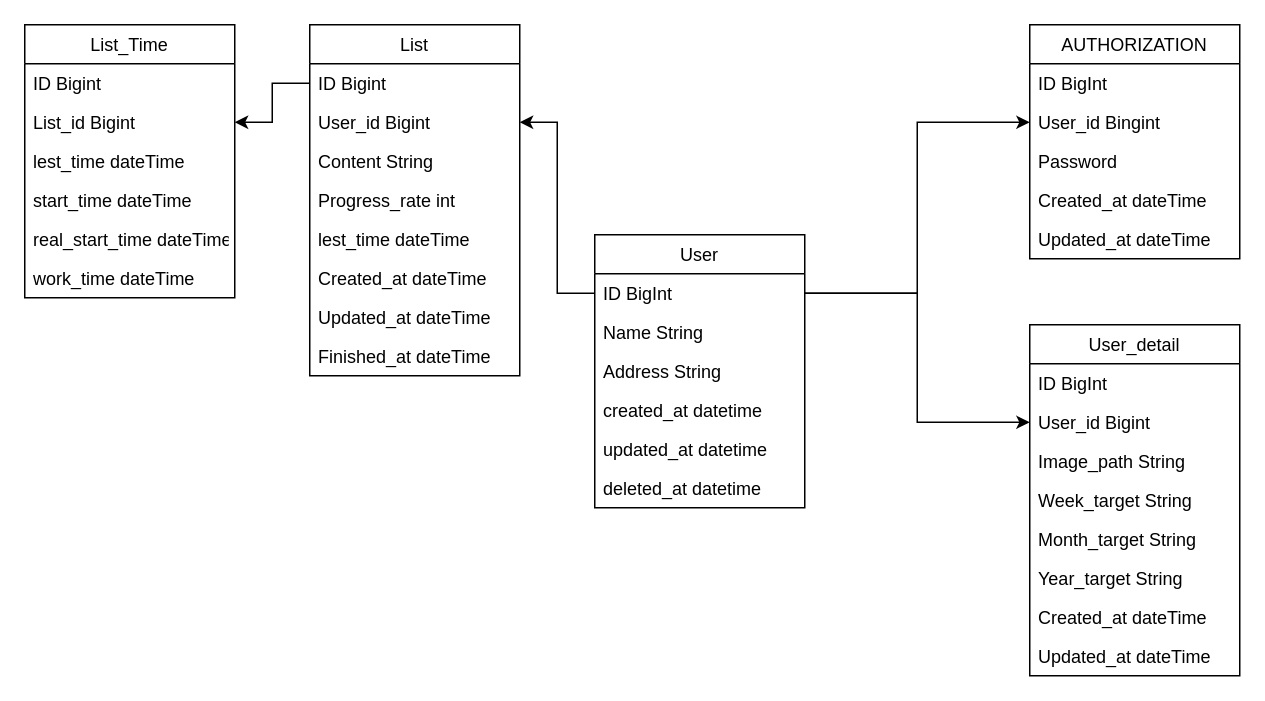
Earlier version of the draw.io diagram Untitled Diagram.drawio (chocoZap/toDoList). Source tidied: cells renumbered, new cells numbered last; positions are measured from the earlier drawing's top-left corner, leaving out a move shared by most shapes. Both pictures are drawn from the tidied source at 150%, with x=0, y=0 at pixel (24, 24).
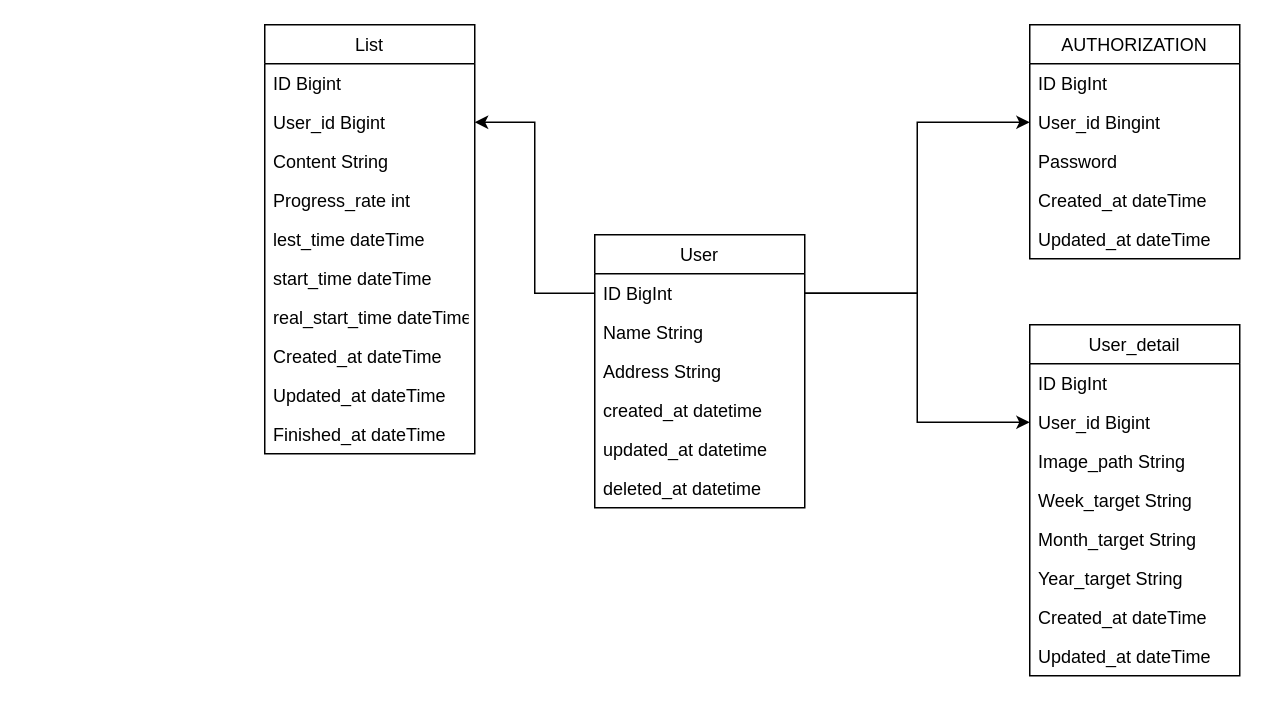
The same diagram, later.

The change refers to these unchanged cells:
```xml
<mxCell id="28" value="ID Bigint" style="text;strokeColor=none;fillColor=none;align=left;verticalAlign=top;spacingLeft=4;spacingRight=4;overflow=hidden;points=[[0,0.5],[1,0.5]];portConstraint=eastwest;" parent="26" vertex="1">
  <mxGeometry y="26" width="140" height="26" as="geometry" />
</mxCell>
```

What changed in the source:
```diff
@@
     <mxCell id="26" value="List" style="swimlane;fontStyle=0;horizontal=1;startSize=26;" parent="1" vertex="1">
-      <mxGeometry x="190" width="140" height="234" as="geometry" />
+      <mxGeometry x="160" width="140" height="286" as="geometry" />
     </mxCell>
@@
+    <mxCell id="40" value="lest_time dateTime" style="text;strokeColor=none;fillColor=none;align=left;verticalAlign=top;spacingLeft=4;spacingRight=4;overflow=hidden;" parent="26" vertex="1">
+      <mxGeometry y="130" width="140" height="26" as="geometry" />
+    </mxCell>
+    <mxCell id="41" value="start_time dateTime" style="text;strokeColor=none;fillColor=none;align=left;verticalAlign=top;spacingLeft=4;spacingRight=4;overflow=hidden;" parent="26" vertex="1">
+      <mxGeometry y="156" width="140" height="26" as="geometry" />
+    </mxCell>
-    <mxCell id="32" value="lest_time dateTime" style="text;strokeColor=none;fillColor=none;align=left;verticalAlign=top;spacingLeft=4;spacingRight=4;overflow=hidden;" parent="26" vertex="1">
-      <mxGeometry y="130" width="140" height="26" as="geometry" />
+    <mxCell id="32" value="real_start_time dateTime" style="text;strokeColor=none;fillColor=none;align=left;verticalAlign=top;spacingLeft=4;spacingRight=4;overflow=hidden;" parent="26" vertex="1">
+      <mxGeometry y="182" width="140" height="26" as="geometry" />
     </mxCell>
     <mxCell id="33" value="Created_at dateTime" style="text;strokeColor=none;fillColor=none;align=left;verticalAlign=top;spacingLeft=4;spacingRight=4;overflow=hidden;" parent="26" vertex="1">
-      <mxGeometry y="156" width="140" height="26" as="geometry" />
+      <mxGeometry y="208" width="140" height="26" as="geometry" />
     </mxCell>
     <mxCell id="34" value="Updated_at dateTime" style="text;strokeColor=none;fillColor=none;align=left;verticalAlign=top;spacingLeft=4;spacingRight=4;overflow=hidden;" parent="26" vertex="1">
-      <mxGeometry y="182" width="140" height="26" as="geometry" />
+      <mxGeometry y="234" width="140" height="26" as="geometry" />
     </mxCell>
     <mxCell id="35" value="Finished_at dateTime" style="text;strokeColor=none;fillColor=none;align=left;verticalAlign=top;spacingLeft=4;spacingRight=4;overflow=hidden;" parent="26" vertex="1">
-      <mxGeometry y="208" width="140" height="26" as="geometry" />
+      <mxGeometry y="260" width="140" height="26" as="geometry" />
     </mxCell>
@@
-    <mxCell id="37" value="List_Time" style="swimlane;fontStyle=0;horizontal=1;startSize=26;" parent="1" vertex="1">
-      <mxGeometry width="140" height="182" as="geometry" />
-    </mxCell>
-    <mxCell id="38" value="ID Bigint" style="text;strokeColor=none;fillColor=none;align=left;verticalAlign=top;spacingLeft=4;spacingRight=4;overflow=hidden;" parent="37" vertex="1">
-      <mxGeometry y="26" width="140" height="26" as="geometry" />
-    </mxCell>
-    <mxCell id="39" value="List_id Bigint" style="text;strokeColor=none;fillColor=none;align=left;verticalAlign=top;spacingLeft=4;spacingRight=4;overflow=hidden;points=[[0,0.5],[1,0.5]];portConstraint=eastwest;" parent="37" vertex="1">
-      <mxGeometry y="52" width="140" height="26" as="geometry" />
-    </mxCell>
-    <mxCell id="40" value="lest_time dateTime" style="text;strokeColor=none;fillColor=none;align=left;verticalAlign=top;spacingLeft=4;spacingRight=4;overflow=hidden;" parent="37" vertex="1">
-      <mxGeometry y="78" width="140" height="26" as="geometry" />
-    </mxCell>
-    <mxCell id="41" value="start_time dateTime" style="text;strokeColor=none;fillColor=none;align=left;verticalAlign=top;spacingLeft=4;spacingRight=4;overflow=hidden;" parent="37" vertex="1">
-      <mxGeometry y="104" width="140" height="26" as="geometry" />
-    </mxCell>
-    <mxCell id="42" value="real_start_time dateTime" style="text;strokeColor=none;fillColor=none;align=left;verticalAlign=top;spacingLeft=4;spacingRight=4;overflow=hidden;" parent="37" vertex="1">
-      <mxGeometry y="130" width="140" height="26" as="geometry" />
-    </mxCell>
-    <mxCell id="43" value="work_time dateTime" style="text;strokeColor=none;fillColor=none;align=left;verticalAlign=top;spacingLeft=4;spacingRight=4;overflow=hidden;" parent="37" vertex="1">
-      <mxGeometry y="156" width="140" height="26" as="geometry" />
-    </mxCell>
-    <mxCell id="44" style="edgeStyle=orthogonalEdgeStyle;rounded=0;jettySize=auto;html=1;exitX=0;exitY=0.5;exitDx=0;exitDy=0;entryX=1;entryY=0.5;entryDx=0;entryDy=0;" parent="1" edge="1" source="28" target="39">
-      <mxGeometry relative="1" as="geometry" />
-    </mxCell>
```
